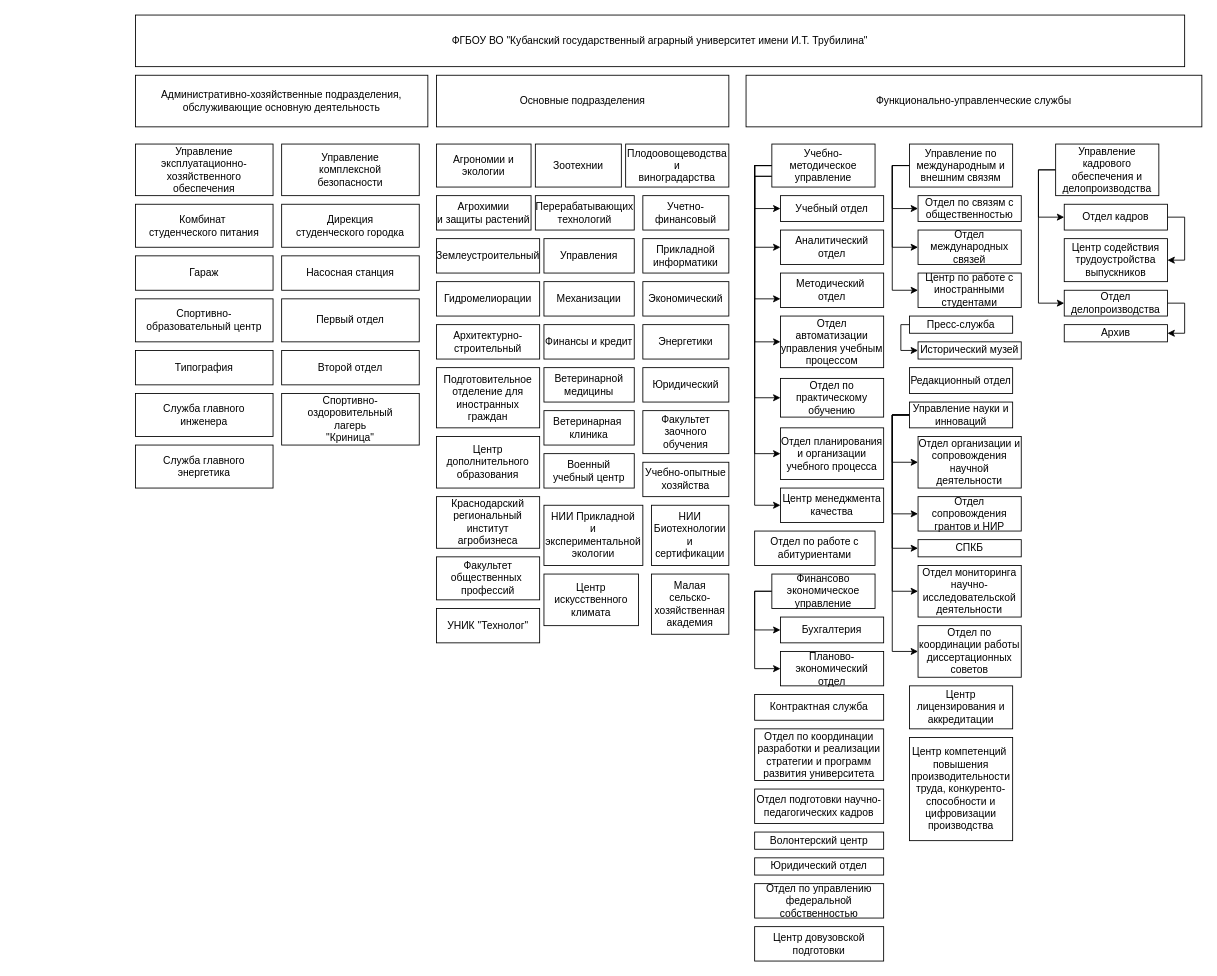
Earlier version of the draw.io diagram Диаграмма без названия.drawio (dariaperepechina/graph). Source tidied: cells renumbered, new cells numbered last; positions are measured from the earlier drawing's top-left corner, leaving out a move shared by most shapes. Both pictures are drawn from the tidied source at 86%, with x=0, y=0 at pixel (135, 15).
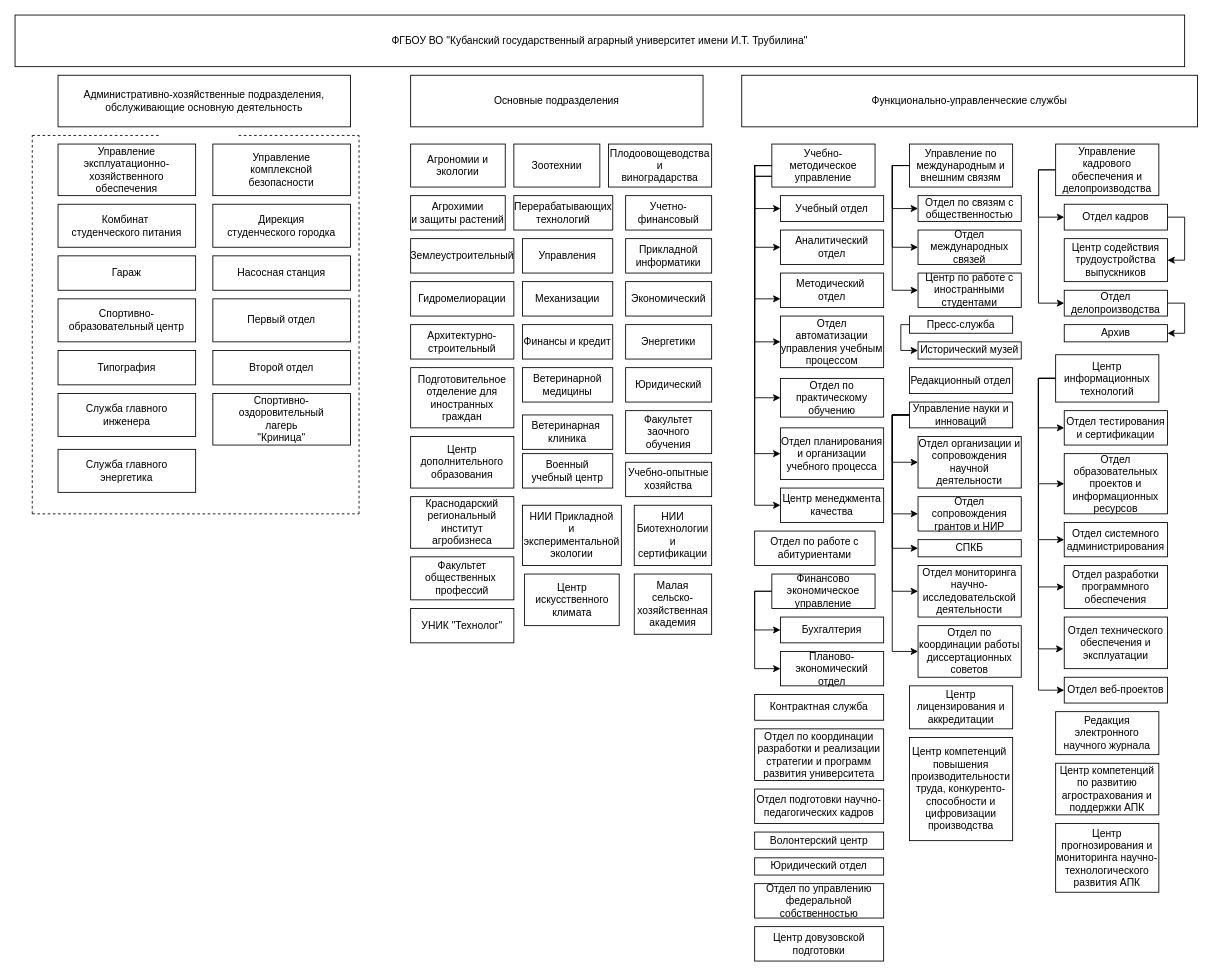
Above is the later version.

Diff of the diagram source:
```diff
@@
     <mxCell id="2" value="ФГБОУ ВО &quot;Кубанский государственный аграрный университет имени И.Т. Трубилина&quot;" style="rounded=0;whiteSpace=wrap;html=1;" parent="1" vertex="1">
-      <mxGeometry width="1220" height="60" as="geometry" />
+      <mxGeometry x="-140" width="1360" height="60" as="geometry" />
     </mxCell>
     <mxCell id="3" value="Административно-хозяйственные подразделения,&lt;br&gt;обслуживающие основную деятельность" style="rounded=0;whiteSpace=wrap;html=1;" parent="1" vertex="1">
-      <mxGeometry y="70" width="340" height="60" as="geometry" />
+      <mxGeometry x="-90" y="70" width="340" height="60" as="geometry" />
     </mxCell>
     <mxCell id="4" value="Основные подразделения" style="rounded=0;whiteSpace=wrap;html=1;" parent="1" vertex="1">
-      <mxGeometry x="350" y="70" width="340" height="60" as="geometry" />
+      <mxGeometry x="320" y="70" width="340" height="60" as="geometry" />
     </mxCell>
     <mxCell id="5" value="Функционально-управленческие службы" style="rounded=0;whiteSpace=wrap;html=1;" parent="1" vertex="1">
-      <mxGeometry x="710" y="70" width="530" height="60" as="geometry" />
+      <mxGeometry x="705" y="70" width="530" height="60" as="geometry" />
     </mxCell>
     <mxCell id="6" value="Управление&lt;br&gt;эксплуатационно-&lt;br&gt;хозяйственного&lt;br&gt;обеспечения" style="rounded=0;whiteSpace=wrap;html=1;" parent="1" vertex="1">
-      <mxGeometry y="150" width="160" height="60" as="geometry" />
+      <mxGeometry x="-90" y="150" width="160" height="60" as="geometry" />
     </mxCell>
     <mxCell id="7" value="Управление&lt;br&gt;комплексной&lt;br&gt;безопасности" style="rounded=0;whiteSpace=wrap;html=1;" parent="1" vertex="1">
-      <mxGeometry x="170" y="150" width="160" height="60" as="geometry" />
+      <mxGeometry x="90" y="150" width="160" height="60" as="geometry" />
     </mxCell>
     <mxCell id="8" value="Комбинат&amp;nbsp;&lt;br&gt;студенческого питания" style="rounded=0;whiteSpace=wrap;html=1;" parent="1" vertex="1">
-      <mxGeometry y="220" width="160" height="50" as="geometry" />
+      <mxGeometry x="-90" y="220" width="160" height="50" as="geometry" />
     </mxCell>
     <mxCell id="9" value="Дирекция&lt;br&gt;студенческого городка" style="rounded=0;whiteSpace=wrap;html=1;" parent="1" vertex="1">
-      <mxGeometry x="170" y="220" width="160" height="50" as="geometry" />
+      <mxGeometry x="90" y="220" width="160" height="50" as="geometry" />
     </mxCell>
     <mxCell id="10" value="Гараж" style="rounded=0;whiteSpace=wrap;html=1;" parent="1" vertex="1">
-      <mxGeometry y="280" width="160" height="40" as="geometry" />
+      <mxGeometry x="-90" y="280" width="160" height="40" as="geometry" />
     </mxCell>
     <mxCell id="11" value="Насосная станция" style="rounded=0;whiteSpace=wrap;html=1;" parent="1" vertex="1">
-      <mxGeometry x="170" y="280" width="160" height="40" as="geometry" />
+      <mxGeometry x="90" y="280" width="160" height="40" as="geometry" />
     </mxCell>
     <mxCell id="12" value="Спортивно-&lt;br&gt;образовательный центр" style="rounded=0;whiteSpace=wrap;html=1;" parent="1" vertex="1">
-      <mxGeometry y="330" width="160" height="50" as="geometry" />
+      <mxGeometry x="-90" y="330" width="160" height="50" as="geometry" />
     </mxCell>
     <mxCell id="13" value="Первый отдел" style="rounded=0;whiteSpace=wrap;html=1;" parent="1" vertex="1">
-      <mxGeometry x="170" y="330" width="160" height="50" as="geometry" />
+      <mxGeometry x="90" y="330" width="160" height="50" as="geometry" />
     </mxCell>
     <mxCell id="14" value="Типография" style="rounded=0;whiteSpace=wrap;html=1;" parent="1" vertex="1">
-      <mxGeometry y="390" width="160" height="40" as="geometry" />
+      <mxGeometry x="-90" y="390" width="160" height="40" as="geometry" />
     </mxCell>
     <mxCell id="15" value="Второй отдел" style="rounded=0;whiteSpace=wrap;html=1;" parent="1" vertex="1">
-      <mxGeometry x="170" y="390" width="160" height="40" as="geometry" />
+      <mxGeometry x="90" y="390" width="160" height="40" as="geometry" />
     </mxCell>
     <mxCell id="16" value="Служба главного&lt;br&gt;инженера" style="rounded=0;whiteSpace=wrap;html=1;" parent="1" vertex="1">
-      <mxGeometry y="440" width="160" height="50" as="geometry" />
+      <mxGeometry x="-90" y="440" width="160" height="50" as="geometry" />
     </mxCell>
     <mxCell id="17" value="Служба главного&lt;br&gt;энергетика" style="rounded=0;whiteSpace=wrap;html=1;" parent="1" vertex="1">
-      <mxGeometry y="500" width="160" height="50" as="geometry" />
+      <mxGeometry x="-90" y="505" width="160" height="50" as="geometry" />
     </mxCell>
     <mxCell id="18" value="Спортивно-&lt;br&gt;оздоровительный&lt;br&gt;лагерь&lt;br&gt;&quot;Криница&quot;" style="rounded=0;whiteSpace=wrap;html=1;" parent="1" vertex="1">
-      <mxGeometry x="170" y="440" width="160" height="60" as="geometry" />
+      <mxGeometry x="90" y="440" width="160" height="60" as="geometry" />
     </mxCell>
     <mxCell id="19" value="Агрономии и&lt;br&gt;экологии" style="rounded=0;whiteSpace=wrap;html=1;" parent="1" vertex="1">
-      <mxGeometry x="350" y="150" width="110" height="50" as="geometry" />
+      <mxGeometry x="320" y="150" width="110" height="50" as="geometry" />
     </mxCell>
     <mxCell id="20" value="Зоотехнии" style="rounded=0;whiteSpace=wrap;html=1;" parent="1" vertex="1">
-      <mxGeometry x="465" y="150" width="100" height="50" as="geometry" />
+      <mxGeometry x="440" y="150" width="100" height="50" as="geometry" />
     </mxCell>
     <mxCell id="21" value="Плодоовощеводства&lt;br&gt;и&lt;br&gt;виноградарства" style="rounded=0;whiteSpace=wrap;html=1;" parent="1" vertex="1">
-      <mxGeometry x="570" y="150" width="120" height="50" as="geometry" />
+      <mxGeometry x="550" y="150" width="120" height="50" as="geometry" />
     </mxCell>
     <mxCell id="22" value="Агрохимии&lt;br&gt;и защиты растений" style="rounded=0;whiteSpace=wrap;html=1;" parent="1" vertex="1">
-      <mxGeometry x="350" y="210" width="110" height="40" as="geometry" />
+      <mxGeometry x="320" y="210" width="110" height="40" as="geometry" />
     </mxCell>
     <mxCell id="23" value="Перерабатывающих&lt;br&gt;технологий" style="rounded=0;whiteSpace=wrap;html=1;" parent="1" vertex="1">
-      <mxGeometry x="465" y="210" width="115" height="40" as="geometry" />
+      <mxGeometry x="440" y="210" width="115" height="40" as="geometry" />
     </mxCell>
     <mxCell id="24" value="Учетно-&lt;br&gt;финансовый" style="rounded=0;whiteSpace=wrap;html=1;" parent="1" vertex="1">
-      <mxGeometry x="590" y="210" width="100" height="40" as="geometry" />
+      <mxGeometry x="570" y="210" width="100" height="40" as="geometry" />
     </mxCell>
     <mxCell id="25" value="Землеустроительный" style="rounded=0;whiteSpace=wrap;html=1;" parent="1" vertex="1">
-      <mxGeometry x="350" y="260" width="120" height="40" as="geometry" />
+      <mxGeometry x="320" y="260" width="120" height="40" as="geometry" />
     </mxCell>
     <mxCell id="26" value="Управления" style="rounded=0;whiteSpace=wrap;html=1;" parent="1" vertex="1">
-      <mxGeometry x="475" y="260" width="105" height="40" as="geometry" />
+      <mxGeometry x="450" y="260" width="105" height="40" as="geometry" />
     </mxCell>
     <mxCell id="27" value="Прикладной&lt;br&gt;информатики" style="rounded=0;whiteSpace=wrap;html=1;" parent="1" vertex="1">
-      <mxGeometry x="590" y="260" width="100" height="40" as="geometry" />
+      <mxGeometry x="570" y="260" width="100" height="40" as="geometry" />
     </mxCell>
     <mxCell id="28" value="Гидромелиорации" style="rounded=0;whiteSpace=wrap;html=1;" parent="1" vertex="1">
-      <mxGeometry x="350" y="310" width="120" height="40" as="geometry" />
+      <mxGeometry x="320" y="310" width="120" height="40" as="geometry" />
     </mxCell>
     <mxCell id="29" value="Механизации" style="rounded=0;whiteSpace=wrap;html=1;" parent="1" vertex="1">
-      <mxGeometry x="475" y="310" width="105" height="40" as="geometry" />
+      <mxGeometry x="450" y="310" width="105" height="40" as="geometry" />
     </mxCell>
     <mxCell id="30" value="Экономический" style="rounded=0;whiteSpace=wrap;html=1;" parent="1" vertex="1">
-      <mxGeometry x="590" y="310" width="100" height="40" as="geometry" />
+      <mxGeometry x="570" y="310" width="100" height="40" as="geometry" />
     </mxCell>
     <mxCell id="31" value="Архитектурно-&lt;br&gt;строительный" style="rounded=0;whiteSpace=wrap;html=1;" parent="1" vertex="1">
-      <mxGeometry x="350" y="360" width="120" height="40" as="geometry" />
+      <mxGeometry x="320" y="360" width="120" height="40" as="geometry" />
     </mxCell>
     <mxCell id="32" value="Финансы и кредит" style="rounded=0;whiteSpace=wrap;html=1;" parent="1" vertex="1">
-      <mxGeometry x="475" y="360" width="105" height="40" as="geometry" />
+      <mxGeometry x="450" y="360" width="105" height="40" as="geometry" />
     </mxCell>
     <mxCell id="33" value="Энергетики" style="rounded=0;whiteSpace=wrap;html=1;" parent="1" vertex="1">
-      <mxGeometry x="590" y="360" width="100" height="40" as="geometry" />
+      <mxGeometry x="570" y="360" width="100" height="40" as="geometry" />
     </mxCell>
     <mxCell id="34" value="Подготовительное&lt;br&gt;отделение для&lt;br&gt;иностранных&lt;br&gt;граждан" style="rounded=0;whiteSpace=wrap;html=1;" parent="1" vertex="1">
-      <mxGeometry x="350" y="410" width="120" height="70" as="geometry" />
+      <mxGeometry x="320" y="410" width="120" height="70" as="geometry" />
     </mxCell>
     <mxCell id="35" value="Ветеринарной&lt;br&gt;медицины" style="rounded=0;whiteSpace=wrap;html=1;" parent="1" vertex="1">
-      <mxGeometry x="475" y="410" width="105" height="40" as="geometry" />
+      <mxGeometry x="450" y="410" width="105" height="40" as="geometry" />
     </mxCell>
     <mxCell id="36" value="Юридический" style="rounded=0;whiteSpace=wrap;html=1;" parent="1" vertex="1">
-      <mxGeometry x="590" y="410" width="100" height="40" as="geometry" />
+      <mxGeometry x="570" y="410" width="100" height="40" as="geometry" />
     </mxCell>
     <mxCell id="37" value="Центр&lt;br&gt;дополнительного&lt;br&gt;образования" style="rounded=0;whiteSpace=wrap;html=1;" parent="1" vertex="1">
-      <mxGeometry x="350" y="490" width="120" height="60" as="geometry" />
+      <mxGeometry x="320" y="490" width="120" height="60" as="geometry" />
     </mxCell>
     <mxCell id="38" value="Ветеринарная&amp;nbsp;&lt;br&gt;клиника" style="rounded=0;whiteSpace=wrap;html=1;" parent="1" vertex="1">
-      <mxGeometry x="475" y="460" width="105" height="40" as="geometry" />
+      <mxGeometry x="450" y="465" width="105" height="40" as="geometry" />
     </mxCell>
     <mxCell id="39" value="Факультет&lt;br&gt;заочного&lt;br&gt;обучения" style="rounded=0;whiteSpace=wrap;html=1;" parent="1" vertex="1">
-      <mxGeometry x="590" y="460" width="100" height="50" as="geometry" />
+      <mxGeometry x="570" y="460" width="100" height="50" as="geometry" />
     </mxCell>
     <mxCell id="40" value="Краснодарский&lt;br&gt;региональный&lt;br&gt;институт&lt;br&gt;агробизнеса" style="rounded=0;whiteSpace=wrap;html=1;" parent="1" vertex="1">
-      <mxGeometry x="350" y="560" width="120" height="60" as="geometry" />
+      <mxGeometry x="320" y="560" width="120" height="60" as="geometry" />
     </mxCell>
     <mxCell id="41" value="Военный&lt;br&gt;учебный центр" style="rounded=0;whiteSpace=wrap;html=1;" parent="1" vertex="1">
-      <mxGeometry x="475" y="510" width="105" height="40" as="geometry" />
+      <mxGeometry x="450" y="510" width="105" height="40" as="geometry" />
     </mxCell>
     <mxCell id="42" value="Учебно-опытные&lt;br&gt;хозяйства" style="rounded=0;whiteSpace=wrap;html=1;" parent="1" vertex="1">
-      <mxGeometry x="590" y="520" width="100" height="40" as="geometry" />
+      <mxGeometry x="570" y="520" width="100" height="40" as="geometry" />
     </mxCell>
     <mxCell id="43" value="Факультет&lt;br&gt;общественных&amp;nbsp;&lt;br&gt;профессий" style="rounded=0;whiteSpace=wrap;html=1;" parent="1" vertex="1">
-      <mxGeometry x="350" y="630" width="120" height="50" as="geometry" />
+      <mxGeometry x="320" y="630" width="120" height="50" as="geometry" />
     </mxCell>
     <mxCell id="44" value="УНИК &quot;Технолог&quot;" style="rounded=0;whiteSpace=wrap;html=1;" parent="1" vertex="1">
-      <mxGeometry x="350" y="690" width="120" height="40" as="geometry" />
+      <mxGeometry x="320" y="690" width="120" height="40" as="geometry" />
     </mxCell>
     <mxCell id="45" value="НИИ Прикладной&lt;br&gt;и&lt;br&gt;экспериментальной&lt;br&gt;экологии" style="rounded=0;whiteSpace=wrap;html=1;" parent="1" vertex="1">
-      <mxGeometry x="475" y="570" width="115" height="70" as="geometry" />
+      <mxGeometry x="450" y="570" width="115" height="70" as="geometry" />
     </mxCell>
     <mxCell id="46" value="Центр&lt;br&gt;искусственного&lt;br&gt;климата" style="rounded=0;whiteSpace=wrap;html=1;" parent="1" vertex="1">
-      <mxGeometry x="475" y="650" width="110" height="60" as="geometry" />
+      <mxGeometry x="452.5" y="650" width="110" height="60" as="geometry" />
     </mxCell>
     <mxCell id="47" value="НИИ&lt;br&gt;Биотехнологии&lt;br&gt;и&lt;br&gt;сертификации" style="rounded=0;whiteSpace=wrap;html=1;" parent="1" vertex="1">
-      <mxGeometry x="600" y="570" width="90" height="70" as="geometry" />
+      <mxGeometry x="580" y="570" width="90" height="70" as="geometry" />
     </mxCell>
     <mxCell id="48" value="Малая&lt;br&gt;сельско-&lt;br&gt;хозяйственная академия" style="rounded=0;whiteSpace=wrap;html=1;" parent="1" vertex="1">
-      <mxGeometry x="600" y="650" width="90" height="70" as="geometry" />
+      <mxGeometry x="580" y="650" width="90" height="70" as="geometry" />
     </mxCell>
@@
+    <mxCell id="110" style="edgeStyle=orthogonalEdgeStyle;rounded=0;jettySize=auto;html=1;exitX=0;exitY=0.5;exitDx=0;exitDy=0;entryX=0;entryY=0.5;entryDx=0;entryDy=0;" parent="1" edge="1" source="116" target="117">
+      <mxGeometry relative="1" as="geometry" />
+    </mxCell>
+    <mxCell id="111" style="edgeStyle=orthogonalEdgeStyle;rounded=0;jettySize=auto;html=1;exitX=0;exitY=0.5;exitDx=0;exitDy=0;entryX=0;entryY=0.5;entryDx=0;entryDy=0;" parent="1" edge="1" source="116" target="118">
+      <mxGeometry relative="1" as="geometry" />
+    </mxCell>
+    <mxCell id="112" style="edgeStyle=orthogonalEdgeStyle;rounded=0;jettySize=auto;html=1;exitX=0;exitY=0.5;exitDx=0;exitDy=0;entryX=0;entryY=0.5;entryDx=0;entryDy=0;" parent="1" edge="1" source="116" target="119">
+      <mxGeometry relative="1" as="geometry" />
+    </mxCell>
+    <mxCell id="113" style="edgeStyle=orthogonalEdgeStyle;rounded=0;jettySize=auto;html=1;exitX=0;exitY=0.5;exitDx=0;exitDy=0;entryX=0;entryY=0.5;entryDx=0;entryDy=0;" parent="1" edge="1" source="116" target="120">
+      <mxGeometry relative="1" as="geometry" />
+    </mxCell>
+    <mxCell id="114" style="edgeStyle=orthogonalEdgeStyle;rounded=0;jettySize=auto;html=1;exitX=0;exitY=0.5;exitDx=0;exitDy=0;entryX=-0.008;entryY=0.617;entryDx=0;entryDy=0;entryPerimeter=0;" parent="1" edge="1" source="116" target="121">
+      <mxGeometry relative="1" as="geometry" />
+    </mxCell>
+    <mxCell id="115" style="edgeStyle=orthogonalEdgeStyle;rounded=0;jettySize=auto;html=1;exitX=0;exitY=0.5;exitDx=0;exitDy=0;entryX=0;entryY=0.5;entryDx=0;entryDy=0;" parent="1" edge="1" source="116" target="122">
+      <mxGeometry relative="1" as="geometry" />
+    </mxCell>
+    <mxCell id="116" value="Центр информационных технологий" style="rounded=0;whiteSpace=wrap;html=1;" parent="1" vertex="1">
+      <mxGeometry x="1070" y="395" width="120" height="55" as="geometry" />
+    </mxCell>
+    <mxCell id="117" value="Отдел тестирования и сертификации" style="rounded=0;whiteSpace=wrap;html=1;" parent="1" vertex="1">
+      <mxGeometry x="1080" y="460" width="120" height="40" as="geometry" />
+    </mxCell>
+    <mxCell id="118" value="Отдел образовательных проектов и информационных ресурсов" style="rounded=0;whiteSpace=wrap;html=1;" parent="1" vertex="1">
+      <mxGeometry x="1080" y="510" width="120" height="70" as="geometry" />
+    </mxCell>
+    <mxCell id="119" value="Отдел системного администрирования" style="rounded=0;whiteSpace=wrap;html=1;" parent="1" vertex="1">
+      <mxGeometry x="1080" y="590" width="120" height="40" as="geometry" />
+    </mxCell>
+    <mxCell id="120" value="Отдел разработки программного обеспечения" style="rounded=0;whiteSpace=wrap;html=1;" parent="1" vertex="1">
+      <mxGeometry x="1080" y="640" width="120" height="50" as="geometry" />
+    </mxCell>
+    <mxCell id="121" value="Отдел технического обеспечения и эксплуатации" style="rounded=0;whiteSpace=wrap;html=1;" parent="1" vertex="1">
+      <mxGeometry x="1080" y="700" width="120" height="60" as="geometry" />
+    </mxCell>
+    <mxCell id="122" value="Отдел веб-проектов" style="rounded=0;whiteSpace=wrap;html=1;" parent="1" vertex="1">
+      <mxGeometry x="1080" y="770" width="120" height="30" as="geometry" />
+    </mxCell>
+    <mxCell id="123" value="Редакция электронного научного журнала" style="rounded=0;whiteSpace=wrap;html=1;" parent="1" vertex="1">
+      <mxGeometry x="1070" y="810" width="120" height="50" as="geometry" />
+    </mxCell>
+    <mxCell id="124" value="Центр компетенций по развитию агрострахования и поддержки АПК" style="rounded=0;whiteSpace=wrap;html=1;" parent="1" vertex="1">
+      <mxGeometry x="1070" y="870" width="120" height="60" as="geometry" />
+    </mxCell>
+    <mxCell id="125" value="Центр прогнозирования и мониторинга научно- технологического развития АПК" style="rounded=0;whiteSpace=wrap;html=1;" parent="1" vertex="1">
+      <mxGeometry x="1070" y="940" width="120" height="80" as="geometry" />
+    </mxCell>
+    <mxCell id="126" style="endArrow=none;dashed=1;html=1;rounded=0;" parent="1" edge="1">
+      <mxGeometry relative="1" as="geometry">
+        <mxPoint x="-120" y="580" as="sourcePoint" />
+        <mxPoint x="260" y="580" as="targetPoint" />
+      </mxGeometry>
+    </mxCell>
+    <mxCell id="127" style="endArrow=none;dashed=1;html=1;rounded=0;" parent="1" edge="1">
+      <mxGeometry relative="1" as="geometry">
+        <mxPoint x="260" y="580" as="sourcePoint" />
+        <mxPoint x="260" y="140" as="targetPoint" />
+      </mxGeometry>
+    </mxCell>
+    <mxCell id="128" style="endArrow=none;dashed=1;html=1;rounded=0;" parent="1" edge="1">
+      <mxGeometry relative="1" as="geometry">
+        <mxPoint x="-120" y="580" as="sourcePoint" />
+        <mxPoint x="-120" y="140" as="targetPoint" />
+      </mxGeometry>
+    </mxCell>
+    <mxCell id="129" style="endArrow=none;dashed=1;html=1;rounded=0;" parent="1" edge="1">
+      <mxGeometry relative="1" as="geometry">
+        <mxPoint x="120" y="140" as="sourcePoint" />
+        <mxPoint x="260" y="140" as="targetPoint" />
+      </mxGeometry>
+    </mxCell>
+    <mxCell id="130" style="endArrow=none;dashed=1;html=1;rounded=0;" parent="1" edge="1">
+      <mxGeometry relative="1" as="geometry">
+        <mxPoint x="-120" y="140" as="sourcePoint" />
+        <mxPoint x="30" y="140" as="targetPoint" />
+      </mxGeometry>
+    </mxCell>
```
